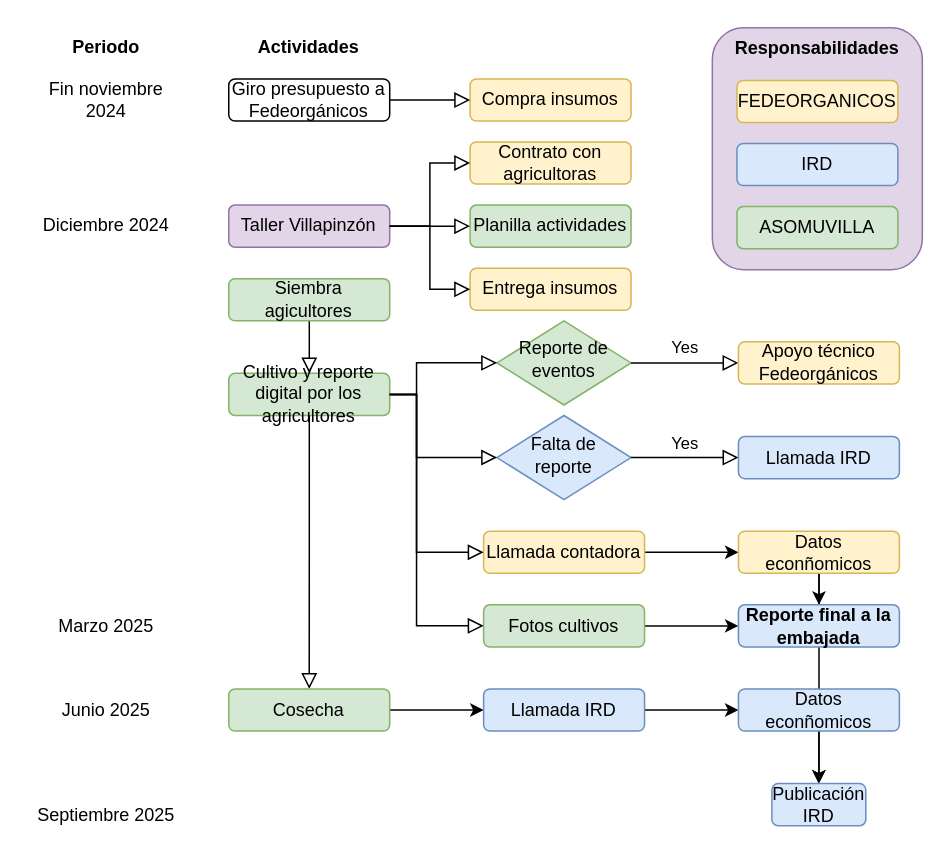
This is actividadesrutaOrganica.drawio from agroecomakers/Diagrammes-miCampo, a draw.io file, before an edit. Source tidied: cells renumbered, new cells numbered last; positions are measured from the earlier drawing's top-left corner, leaving out a move shared by most shapes. Both pictures are drawn from the tidied source at 150%, with x=0, y=0 at pixel (26, 26).
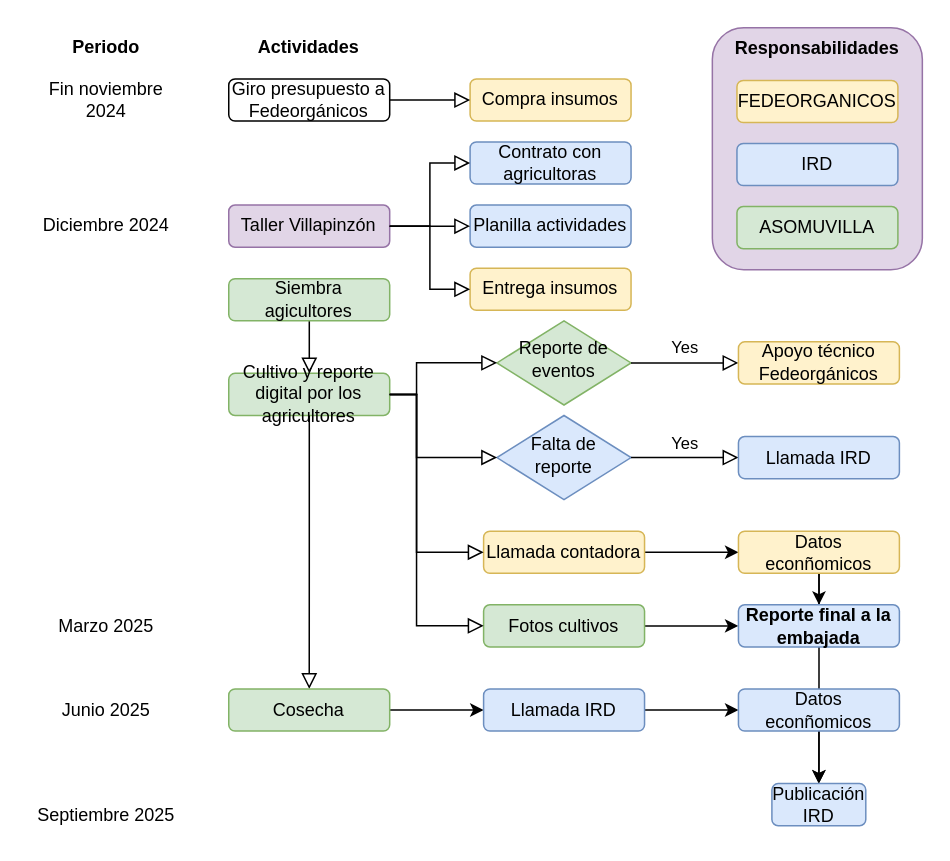
Above is the later version.

Commit message:
Mettre à jour actividadesrutaOrganica.drawio

Unchanged cells that the change refers to:
```xml
<mxCell id="2" style="group;" parent="1" vertex="1">
  <mxGeometry width="598.4" height="540" as="geometry" />
</mxCell>
```

What changed in the source:
```diff
@@
-    <mxCell id="5" value="Planilla actividades" style="rounded=1;whiteSpace=wrap;html=1;fontSize=12;glass=0;strokeWidth=1;shadow=0;fillColor=#d5e8d4;strokeColor=#82b366;" parent="2" vertex="1">
+    <mxCell id="5" value="Planilla actividades" style="rounded=1;whiteSpace=wrap;html=1;fontSize=12;glass=0;strokeWidth=1;shadow=0;fillColor=#dae8fc;strokeColor=#6c8ebf;" parent="2" vertex="1">
       <mxGeometry x="295.9" y="119.2" width="107.3" height="28.1" as="geometry" />
     </mxCell>
@@
-    <mxCell id="15" value="Contrato con agricultoras" style="rounded=1;whiteSpace=wrap;html=1;fontSize=12;glass=0;strokeWidth=1;shadow=0;fillColor=#fff2cc;strokeColor=#d6b656;" parent="2" vertex="1">
+    <mxCell id="15" value="Contrato con agricultoras" style="rounded=1;whiteSpace=wrap;html=1;fontSize=12;glass=0;strokeWidth=1;shadow=0;fillColor=#dae8fc;strokeColor=#6c8ebf;" parent="2" vertex="1">
       <mxGeometry x="295.9" y="77.1" width="107.3" height="28.1" as="geometry" />
     </mxCell>
```
